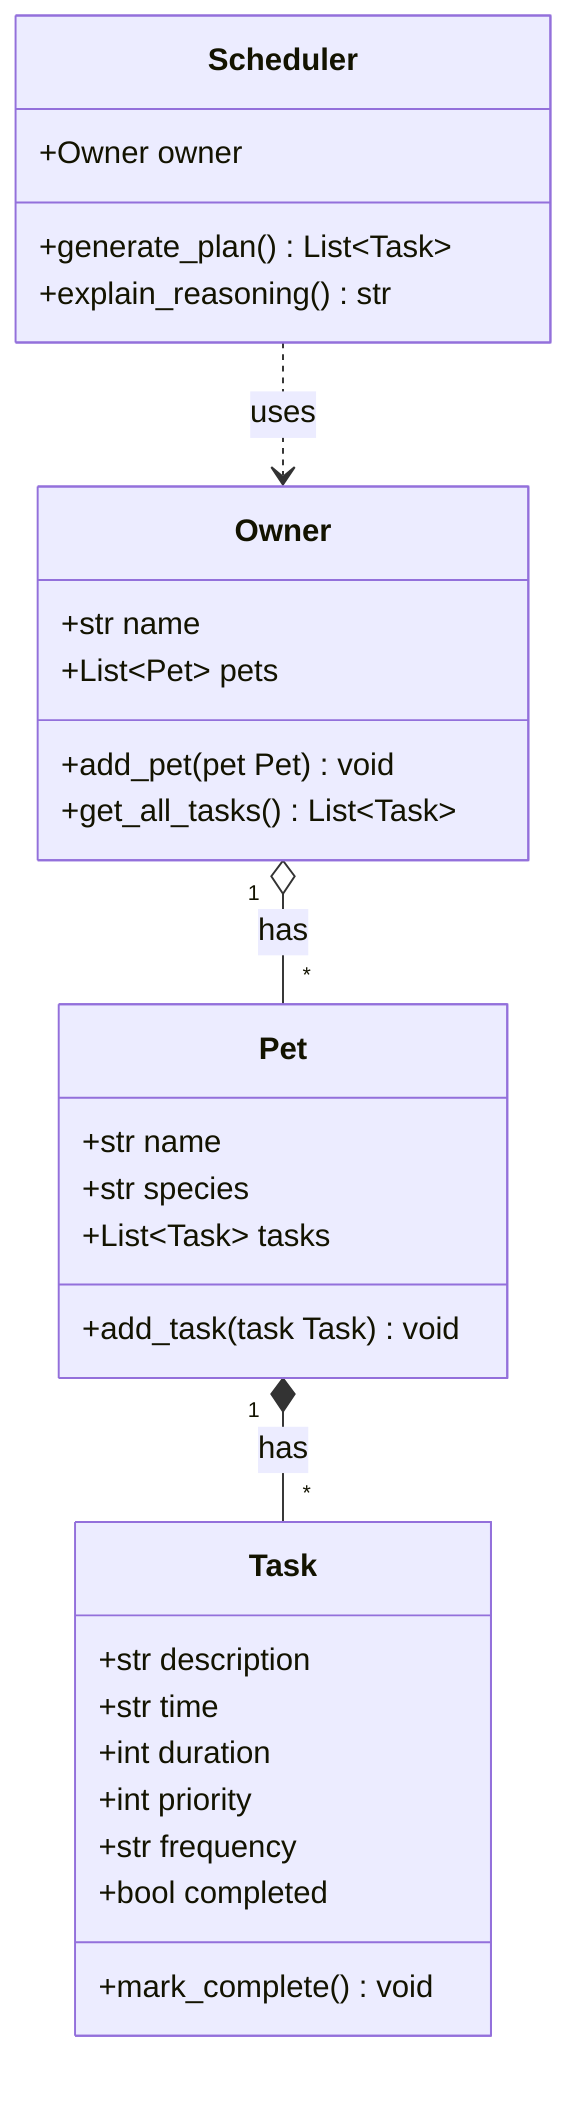
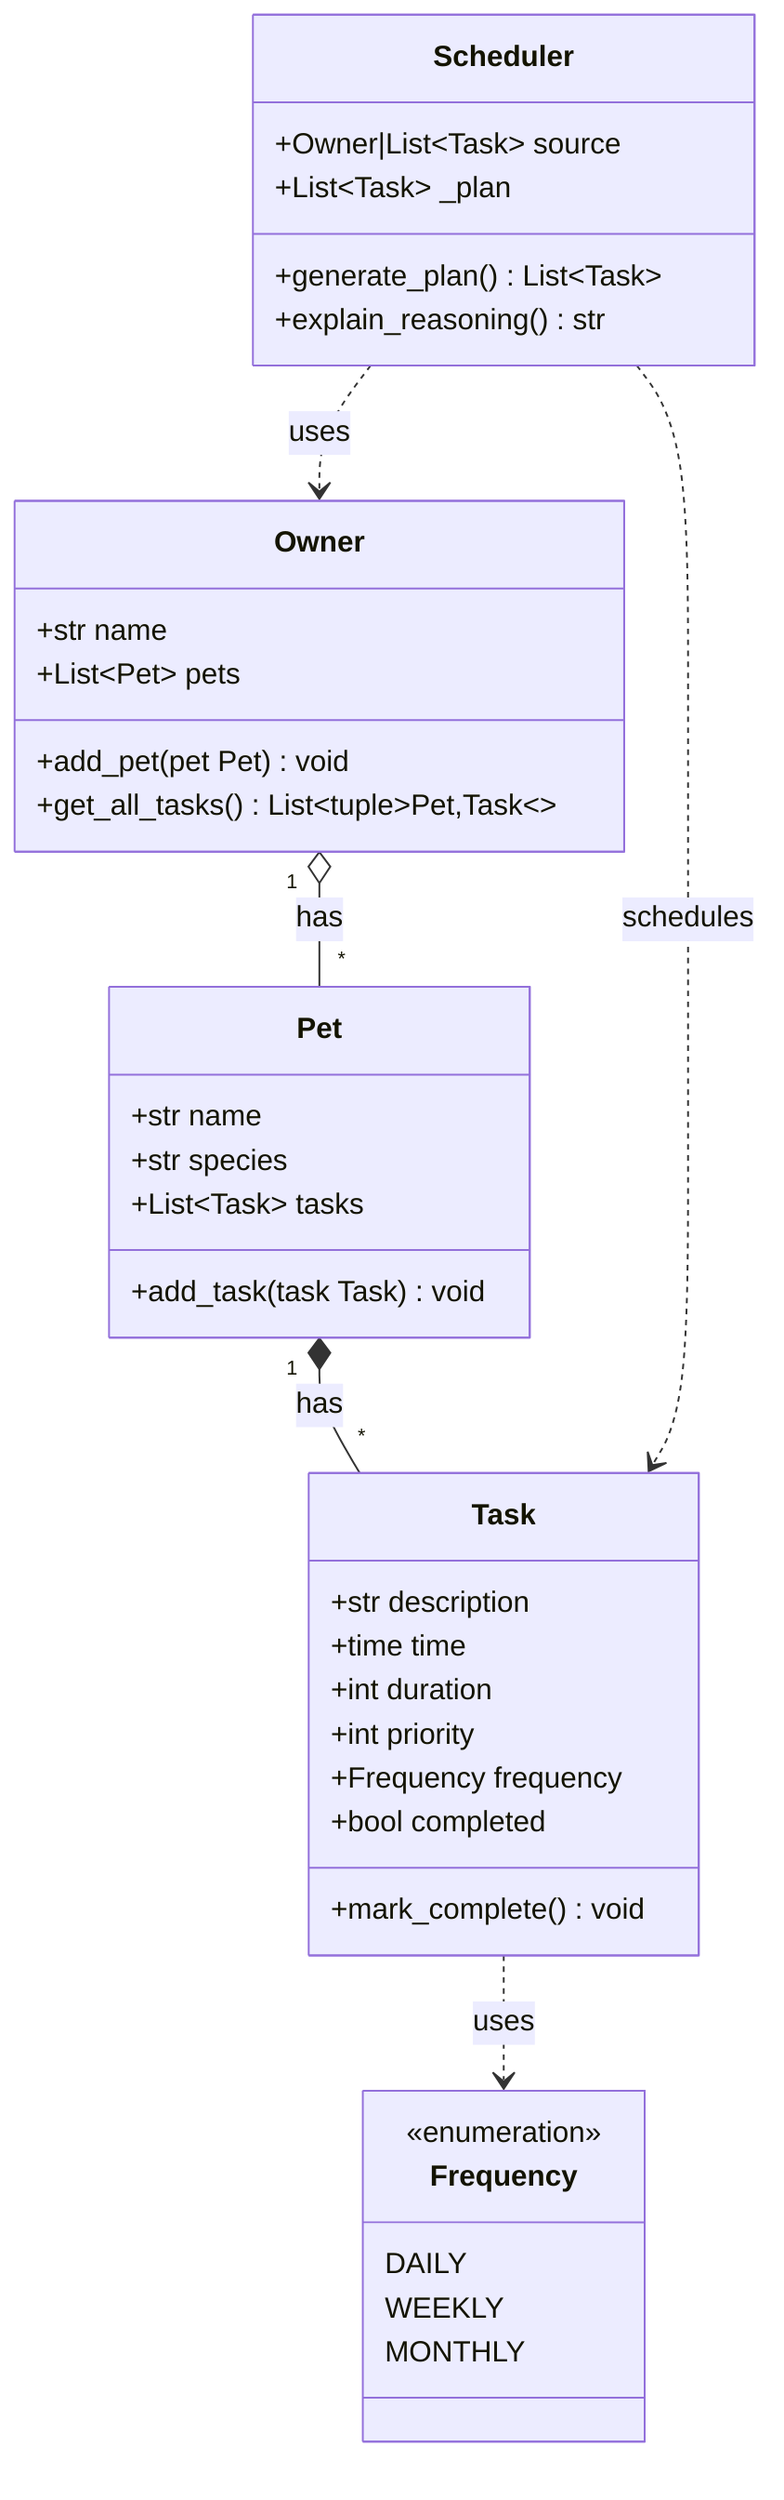
classDiagram
    class Owner {
        +str name
        +List~Pet~ pets
        +add_pet(pet Pet) void
-         +get_all_tasks() List~Task~
+         +get_all_tasks() List~tuple~Pet,Task~~
    }

    class Pet {
        +str name
        +str species
        +List~Task~ tasks
        +add_task(task Task) void
    }

    class Task {
        +str description
-         +str time
+         +time time
        +int duration
        +int priority
-         +str frequency
+         +Frequency frequency
        +bool completed
        +mark_complete() void
    }

+     class Frequency {
+         <<enumeration>>
+         DAILY
+         WEEKLY
+         MONTHLY
+     }
+ 
    class Scheduler {
-         +Owner owner
+         +Owner|List~Task~ source
+         +List~Task~ _plan
        +generate_plan() List~Task~
        +explain_reasoning() str
    }

    Owner "1" o-- "*" Pet : has
    Pet "1" *-- "*" Task : has
+     Task ..> Frequency : uses
    Scheduler ..> Owner : uses
+     Scheduler ..> Task : schedules
